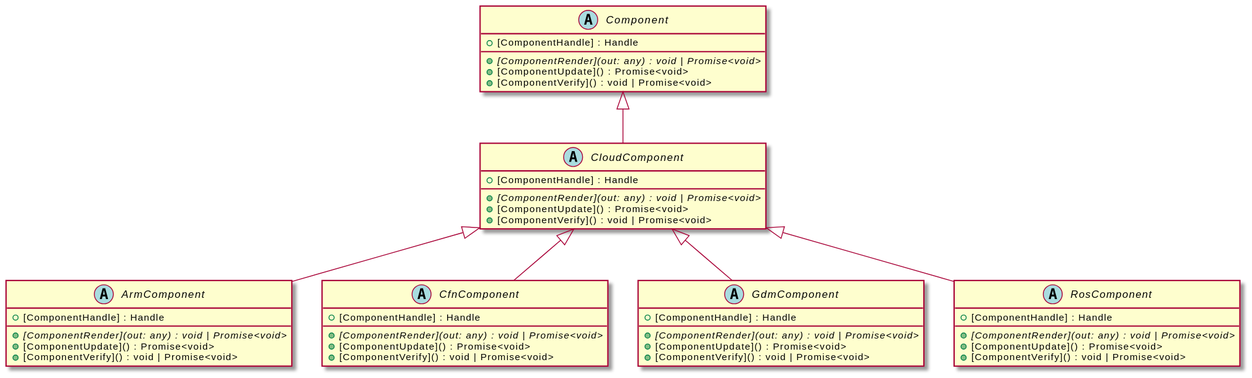
zorse-lang/adk keeps this PlantUML diagram as assets/CloudComponent-umlClassDiagram-570.svg. Above is the earlier version.
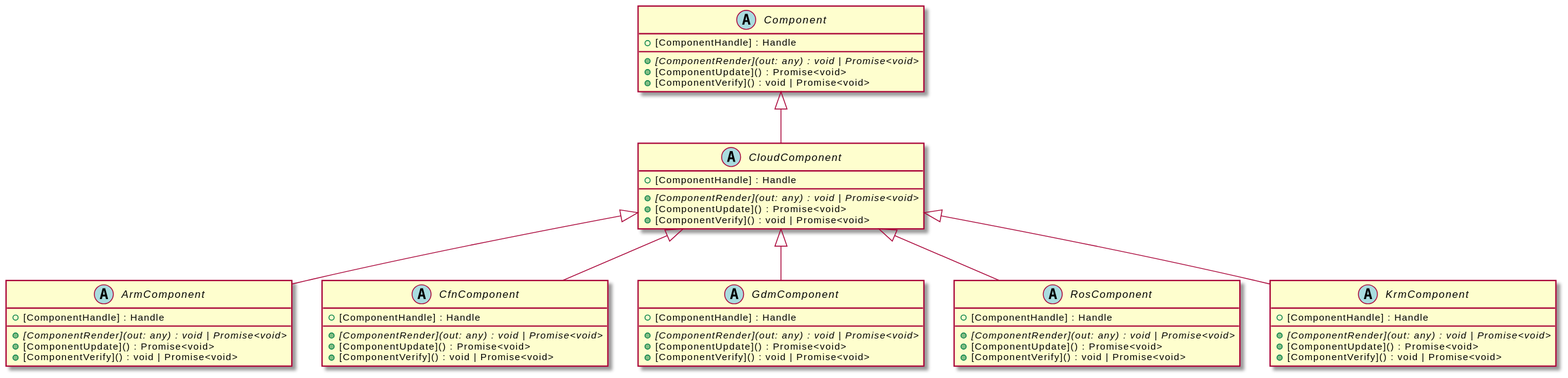
After the change.

Diff of the diagram source:
```diff
@@ -43,4 +43,11 @@
     +[ComponentVerify]() : void | Promise<void>
 }
 "CloudComponent" <|-- "RosComponent"
+abstract class "KrmComponent" {
+    +[ComponentHandle] : Handle
+    {abstract} +[ComponentRender](out: any) : void | Promise<void>
+    +[ComponentUpdate]() : Promise<void>
+    +[ComponentVerify]() : void | Promise<void>
+}
+"CloudComponent" <|-- "KrmComponent"
 @enduml
```
